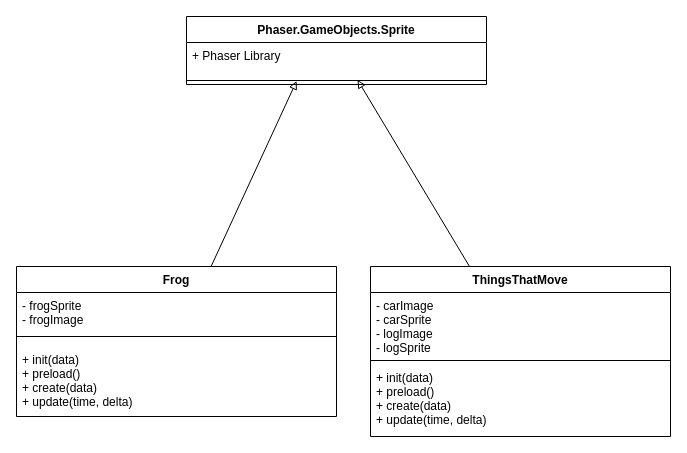
MTHS-ICS4U-2022/ICS4U-2022-Final-Project-Jackson-Rodas keeps this draw.io diagram as drawio/ClassDiagram.drawio. Above is the earlier version. Source tidied: cells renumbered, new cells numbered last; positions are measured from the earlier drawing's top-left corner, leaving out a move shared by most shapes. Both pictures are drawn from the tidied source at 100%, with x=0, y=0 at pixel (16, 16).
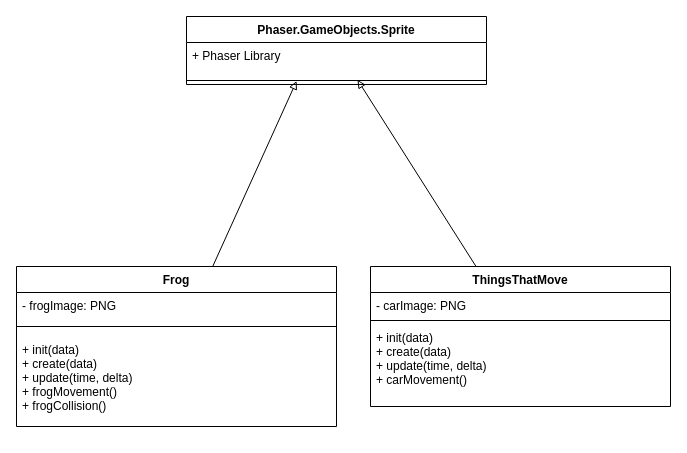
After the change.

What changed in the source:
```diff
@@
 <mxGraphModel>
   <root>
     <mxCell id="0" />
     <mxCell id="1" parent="0" />
     <mxCell id="2" value="Phaser.GameObjects.Sprite" style="swimlane;fontStyle=1;align=center;verticalAlign=top;horizontal=1;startSize=26;" parent="1" vertex="1">
       <mxGeometry x="170" width="300" height="68" as="geometry" />
     </mxCell>
     <mxCell id="3" value="+ Phaser Library" style="text;strokeColor=none;fillColor=none;align=left;verticalAlign=top;spacingLeft=4;spacingRight=4;overflow=hidden;" parent="2" vertex="1">
       <mxGeometry y="26" width="300" height="34" as="geometry" />
     </mxCell>
     <mxCell id="4" style="line;strokeWidth=1;fillColor=none;align=left;verticalAlign=middle;spacingTop=-1;spacingLeft=3;spacingRight=3;labelPosition=right;points=[];portConstraint=eastwest;" parent="2" vertex="1">
       <mxGeometry y="60" width="300" height="8" as="geometry" />
     </mxCell>
     <mxCell id="5" style="edgeStyle=none;html=1;entryX=0.367;entryY=0.569;entryDx=0;entryDy=0;entryPerimeter=0;endArrow=block;endFill=0;" parent="1" edge="1" source="6" target="4">
       <mxGeometry relative="1" as="geometry" />
     </mxCell>
     <mxCell id="6" value="Frog" style="swimlane;fontStyle=1;align=center;verticalAlign=top;horizontal=1;startSize=26;" parent="1" vertex="1">
-      <mxGeometry y="250" width="320" height="150" as="geometry" />
+      <mxGeometry y="250" width="320" height="160" as="geometry" />
     </mxCell>
-    <mxCell id="7" value="- frogSprite&#10;- frogImage" style="text;strokeColor=none;fillColor=none;align=left;verticalAlign=top;spacingLeft=4;spacingRight=4;overflow=hidden;" parent="6" vertex="1">
-      <mxGeometry y="26" width="320" height="34" as="geometry" />
+    <mxCell id="7" value="- frogImage: PNG" style="text;strokeColor=none;fillColor=none;align=left;verticalAlign=top;spacingLeft=4;spacingRight=4;overflow=hidden;" parent="6" vertex="1">
+      <mxGeometry y="26" width="320" height="24" as="geometry" />
     </mxCell>
     <mxCell id="8" style="line;strokeWidth=1;fillColor=none;align=left;verticalAlign=middle;spacingTop=-1;spacingLeft=3;spacingRight=3;labelPosition=right;" parent="6" vertex="1">
-      <mxGeometry y="60" width="320" height="20" as="geometry" />
+      <mxGeometry y="50" width="320" height="20" as="geometry" />
     </mxCell>
-    <mxCell id="9" value="+ init(data)&#10;+ preload()&#10;+ create(data)&#10;+ update(time, delta)" style="text;strokeColor=none;fillColor=none;align=left;verticalAlign=top;spacingLeft=4;spacingRight=4;overflow=hidden;" parent="6" vertex="1">
-      <mxGeometry y="80" width="320" height="70" as="geometry" />
+    <mxCell id="9" value="+ init(data)&#10;+ create(data)&#10;+ update(time, delta)&#10;+ frogMovement()&#10;+ frogCollision()" style="text;strokeColor=none;fillColor=none;align=left;verticalAlign=top;spacingLeft=4;spacingRight=4;overflow=hidden;" parent="6" vertex="1">
+      <mxGeometry y="70" width="320" height="90" as="geometry" />
     </mxCell>
     <mxCell id="10" style="edgeStyle=none;html=1;endArrow=block;endFill=0;entryX=0.57;entryY=0.417;entryDx=0;entryDy=0;entryPerimeter=0;" parent="1" edge="1" source="11" target="4">
       <mxGeometry relative="1" as="geometry" />
     </mxCell>
     <mxCell id="11" value="ThingsThatMove" style="swimlane;fontStyle=1;align=center;verticalAlign=top;horizontal=1;startSize=26;" parent="1" vertex="1">
-      <mxGeometry x="354" y="250" width="300" height="170" as="geometry" />
+      <mxGeometry x="354" y="250" width="300" height="140" as="geometry" />
     </mxCell>
-    <mxCell id="12" value="- carImage&#10;- carSprite&#10;- logImage&#10;- logSprite" style="text;strokeColor=none;fillColor=none;align=left;verticalAlign=top;spacingLeft=4;spacingRight=4;overflow=hidden;" parent="11" vertex="1">
-      <mxGeometry y="26" width="300" height="64" as="geometry" />
+    <mxCell id="12" value="- carImage: PNG" style="text;strokeColor=none;fillColor=none;align=left;verticalAlign=top;spacingLeft=4;spacingRight=4;overflow=hidden;" parent="11" vertex="1">
+      <mxGeometry y="26" width="300" height="24" as="geometry" />
     </mxCell>
     <mxCell id="13" style="line;strokeWidth=1;fillColor=none;align=left;verticalAlign=middle;spacingTop=-1;spacingLeft=3;spacingRight=3;labelPosition=right;" parent="11" vertex="1">
-      <mxGeometry y="90" width="300" height="8" as="geometry" />
+      <mxGeometry y="50" width="300" height="8" as="geometry" />
     </mxCell>
-    <mxCell id="14" value="+ init(data)&#10;+ preload()&#10;+ create(data)&#10;+ update(time, delta)" style="text;strokeColor=none;fillColor=none;align=left;verticalAlign=top;spacingLeft=4;spacingRight=4;overflow=hidden;" parent="11" vertex="1">
-      <mxGeometry y="98" width="300" height="72" as="geometry" />
+    <mxCell id="14" value="+ init(data)&#10;+ create(data)&#10;+ update(time, delta)&#10;+ carMovement()" style="text;strokeColor=none;fillColor=none;align=left;verticalAlign=top;spacingLeft=4;spacingRight=4;overflow=hidden;" parent="11" vertex="1">
+      <mxGeometry y="58" width="300" height="82" as="geometry" />
     </mxCell>
   </root>
 </mxGraphModel>
```
